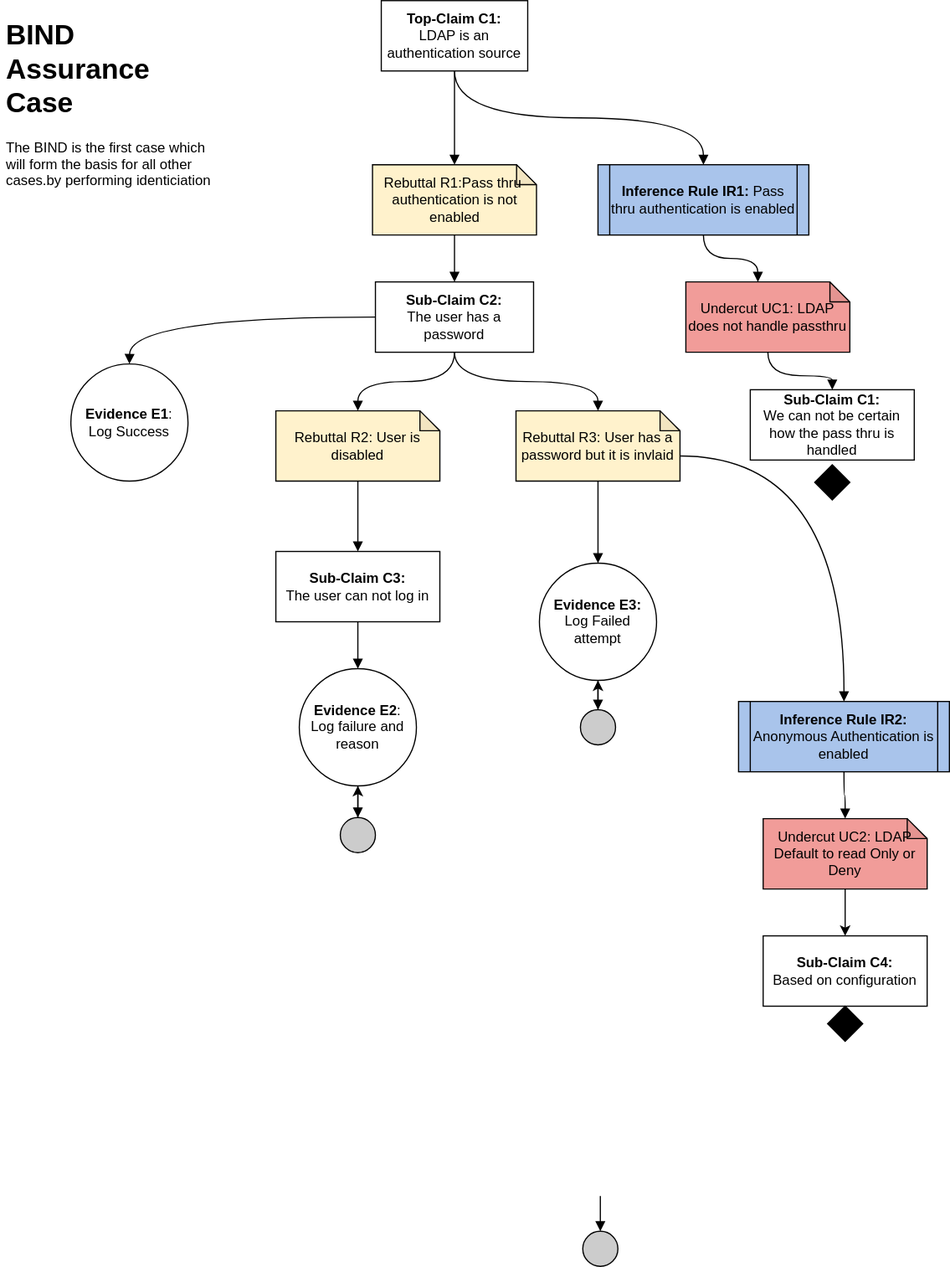
Before: images/BIND Assurance Case.svg, a diagram exported from draw.io (bartelsjoshuac/SAPG). Source tidied: cells renumbered, new cells last; positions are measured from the earlier drawing's top-left corner, leaving out a move shared by most shapes.
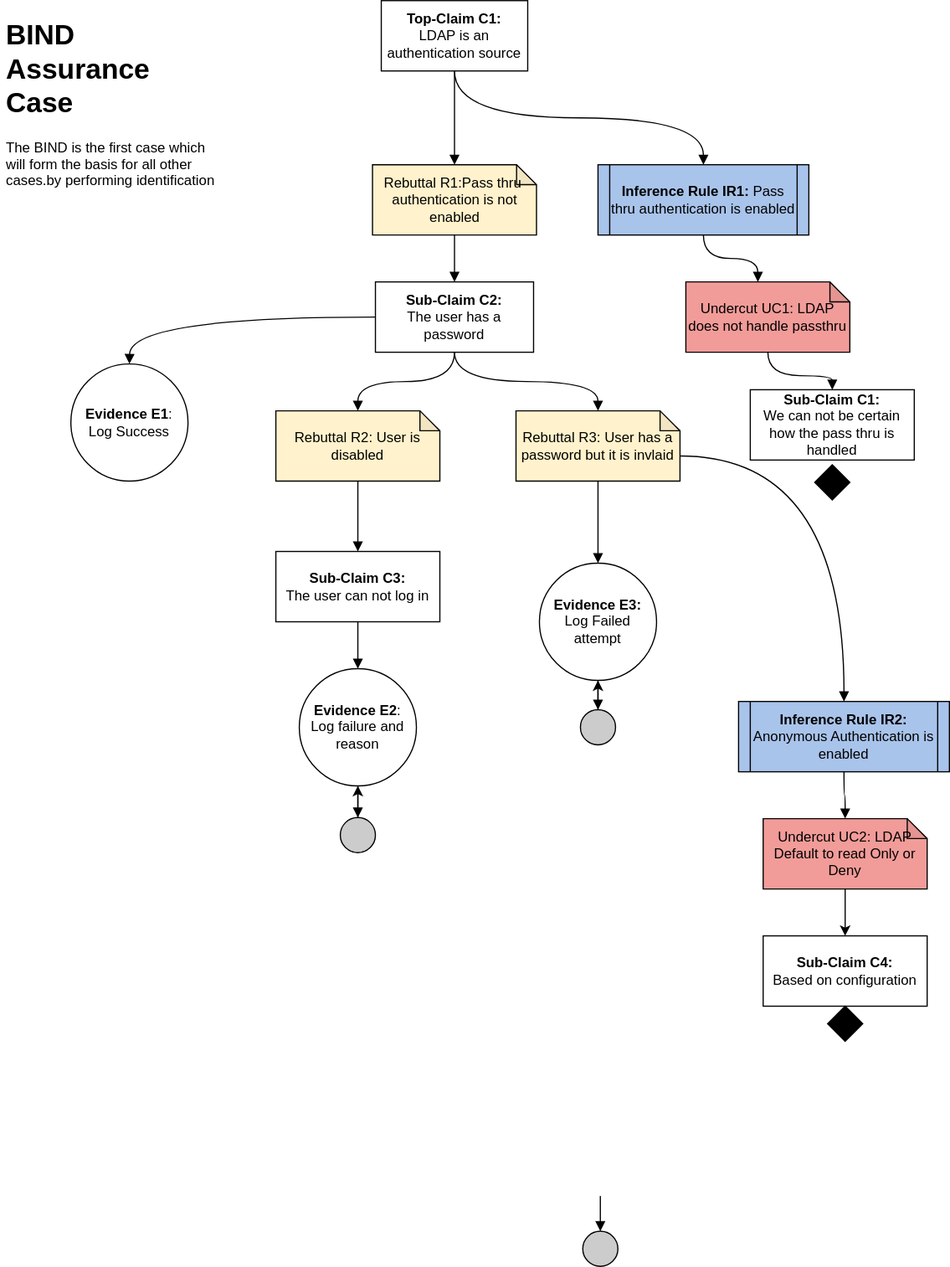
Above is the later version.

Commit message:
Finalized BIND

What changed in the source:
```diff
@@ -2,7 +2,7 @@
   <root>
     <mxCell id="0" />
     <mxCell id="1" parent="0" />
-    <mxCell id="2" value="&lt;h1&gt;BIND Assurance Case&lt;/h1&gt;&lt;p&gt;The BIND is the first case which will form the basis for all other cases.by performing identiciation&lt;/p&gt;" style="text;html=1;strokeColor=none;fillColor=none;spacing=5;spacingTop=-20;whiteSpace=wrap;overflow=hidden;rounded=0;" parent="1" vertex="1">
+    <mxCell id="2" value="&lt;h1&gt;BIND Assurance Case&lt;/h1&gt;&lt;p&gt;The BIND is the first case which will form the basis for all other cases.by performing identification&lt;/p&gt;" style="text;html=1;strokeColor=none;fillColor=none;spacing=5;spacingTop=-20;whiteSpace=wrap;overflow=hidden;rounded=0;" parent="1" vertex="1">
       <mxGeometry y="10" width="190" height="270" as="geometry" />
     </mxCell>
     <mxCell id="3" style="edgeStyle=orthogonalEdgeStyle;rounded=0;jettySize=auto;html=1;endArrow=block;endFill=1;curved=1;" parent="1" edge="1" source="5" target="7">
```
